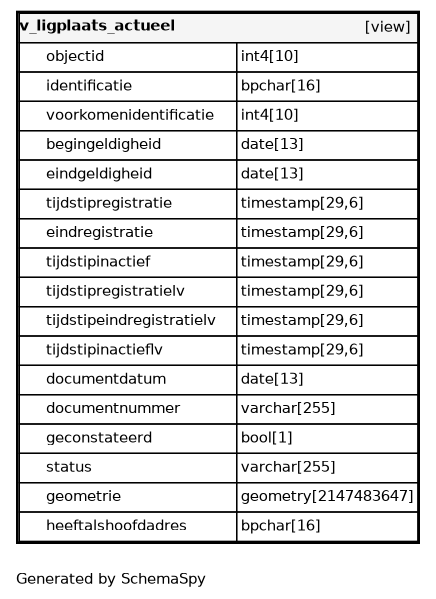
Earlier version of the Graphviz export datamodel/schemaspy/bag/diagrams/tables/v_ligplaats_actueel.1degree.png (B3Partners/brmo). Its source is kept beside it as datamodel/schemaspy/bag/diagrams/tables/v_ligplaats_actueel.1degree.dot. Its diagram source:
```dot
digraph "oneDegreeRelationshipsDiagram" {
  graph [    rankdir="RL"    bgcolor="#ffffff"    label="\nGenerated by SchemaSpy"    labeljust="l"    nodesep="0.18"    ranksep="0.46"    fontname="Helvetica"    fontsize="11"    ration="compress"  ];  node [    fontname="Helvetica"    fontsize="11"    shape="plaintext"  ];  edge [    arrowsize="0.8"  ];
  "v_ligplaats_actueel" [
   label=<
    <TABLE BORDER="2" CELLBORDER="1" CELLSPACING="0" BGCOLOR="#ffffff">
      <TR><TD COLSPAN="4"  BGCOLOR="#f5f5f5"><TABLE BORDER="0" CELLSPACING="0"><TR><TD ALIGN="LEFT" FIXEDSIZE="TRUE" WIDTH="112" HEIGHT="16"><B>v_ligplaats_actueel</B></TD><TD ALIGN="RIGHT">[view]</TD></TR></TABLE></TD></TR>
      <TR><TD PORT="objectid" COLSPAN="2" ALIGN="LEFT"><TABLE BORDER="0" CELLSPACING="0" ALIGN="LEFT"><TR ALIGN="LEFT"><TD ALIGN="LEFT" FIXEDSIZE="TRUE" WIDTH="15" HEIGHT="16"></TD><TD ALIGN="LEFT" FIXEDSIZE="TRUE" WIDTH="142" HEIGHT="16">objectid</TD></TR></TABLE></TD><TD PORT="objectid.type" ALIGN="LEFT">int4[10]</TD></TR>
      <TR><TD PORT="identificatie" COLSPAN="2" ALIGN="LEFT"><TABLE BORDER="0" CELLSPACING="0" ALIGN="LEFT"><TR ALIGN="LEFT"><TD ALIGN="LEFT" FIXEDSIZE="TRUE" WIDTH="15" HEIGHT="16"></TD><TD ALIGN="LEFT" FIXEDSIZE="TRUE" WIDTH="142" HEIGHT="16">identificatie</TD></TR></TABLE></TD><TD PORT="identificatie.type" ALIGN="LEFT">bpchar[16]</TD></TR>
      <TR><TD PORT="voorkomenidentificatie" COLSPAN="2" ALIGN="LEFT"><TABLE BORDER="0" CELLSPACING="0" ALIGN="LEFT"><TR ALIGN="LEFT"><TD ALIGN="LEFT" FIXEDSIZE="TRUE" WIDTH="15" HEIGHT="16"></TD><TD ALIGN="LEFT" FIXEDSIZE="TRUE" WIDTH="142" HEIGHT="16">voorkomenidentificatie</TD></TR></TABLE></TD><TD PORT="voorkomenidentificatie.type" ALIGN="LEFT">int4[10]</TD></TR>
      <TR><TD PORT="begingeldigheid" COLSPAN="2" ALIGN="LEFT"><TABLE BORDER="0" CELLSPACING="0" ALIGN="LEFT"><TR ALIGN="LEFT"><TD ALIGN="LEFT" FIXEDSIZE="TRUE" WIDTH="15" HEIGHT="16"></TD><TD ALIGN="LEFT" FIXEDSIZE="TRUE" WIDTH="142" HEIGHT="16">begingeldigheid</TD></TR></TABLE></TD><TD PORT="begingeldigheid.type" ALIGN="LEFT">date[13]</TD></TR>
      <TR><TD PORT="eindgeldigheid" COLSPAN="2" ALIGN="LEFT"><TABLE BORDER="0" CELLSPACING="0" ALIGN="LEFT"><TR ALIGN="LEFT"><TD ALIGN="LEFT" FIXEDSIZE="TRUE" WIDTH="15" HEIGHT="16"></TD><TD ALIGN="LEFT" FIXEDSIZE="TRUE" WIDTH="142" HEIGHT="16">eindgeldigheid</TD></TR></TABLE></TD><TD PORT="eindgeldigheid.type" ALIGN="LEFT">date[13]</TD></TR>
      <TR><TD PORT="tijdstipregistratie" COLSPAN="2" ALIGN="LEFT"><TABLE BORDER="0" CELLSPACING="0" ALIGN="LEFT"><TR ALIGN="LEFT"><TD ALIGN="LEFT" FIXEDSIZE="TRUE" WIDTH="15" HEIGHT="16"></TD><TD ALIGN="LEFT" FIXEDSIZE="TRUE" WIDTH="142" HEIGHT="16">tijdstipregistratie</TD></TR></TABLE></TD><TD PORT="tijdstipregistratie.type" ALIGN="LEFT">timestamp[29,6]</TD></TR>
      <TR><TD PORT="eindregistratie" COLSPAN="2" ALIGN="LEFT"><TABLE BORDER="0" CELLSPACING="0" ALIGN="LEFT"><TR ALIGN="LEFT"><TD ALIGN="LEFT" FIXEDSIZE="TRUE" WIDTH="15" HEIGHT="16"></TD><TD ALIGN="LEFT" FIXEDSIZE="TRUE" WIDTH="142" HEIGHT="16">eindregistratie</TD></TR></TABLE></TD><TD PORT="eindregistratie.type" ALIGN="LEFT">timestamp[29,6]</TD></TR>
      <TR><TD PORT="tijdstipinactief" COLSPAN="2" ALIGN="LEFT"><TABLE BORDER="0" CELLSPACING="0" ALIGN="LEFT"><TR ALIGN="LEFT"><TD ALIGN="LEFT" FIXEDSIZE="TRUE" WIDTH="15" HEIGHT="16"></TD><TD ALIGN="LEFT" FIXEDSIZE="TRUE" WIDTH="142" HEIGHT="16">tijdstipinactief</TD></TR></TABLE></TD><TD PORT="tijdstipinactief.type" ALIGN="LEFT">timestamp[29,6]</TD></TR>
      <TR><TD PORT="tijdstipregistratielv" COLSPAN="2" ALIGN="LEFT"><TABLE BORDER="0" CELLSPACING="0" ALIGN="LEFT"><TR ALIGN="LEFT"><TD ALIGN="LEFT" FIXEDSIZE="TRUE" WIDTH="15" HEIGHT="16"></TD><TD ALIGN="LEFT" FIXEDSIZE="TRUE" WIDTH="142" HEIGHT="16">tijdstipregistratielv</TD></TR></TABLE></TD><TD PORT="tijdstipregistratielv.type" ALIGN="LEFT">timestamp[29,6]</TD></TR>
      <TR><TD PORT="tijdstipeindregistratielv" COLSPAN="2" ALIGN="LEFT"><TABLE BORDER="0" CELLSPACING="0" ALIGN="LEFT"><TR ALIGN="LEFT"><TD ALIGN="LEFT" FIXEDSIZE="TRUE" WIDTH="15" HEIGHT="16"></TD><TD ALIGN="LEFT" FIXEDSIZE="TRUE" WIDTH="142" HEIGHT="16">tijdstipeindregistratielv</TD></TR></TABLE></TD><TD PORT="tijdstipeindregistratielv.type" ALIGN="LEFT">timestamp[29,6]</TD></TR>
      <TR><TD PORT="tijdstipinactieflv" COLSPAN="2" ALIGN="LEFT"><TABLE BORDER="0" CELLSPACING="0" ALIGN="LEFT"><TR ALIGN="LEFT"><TD ALIGN="LEFT" FIXEDSIZE="TRUE" WIDTH="15" HEIGHT="16"></TD><TD ALIGN="LEFT" FIXEDSIZE="TRUE" WIDTH="142" HEIGHT="16">tijdstipinactieflv</TD></TR></TABLE></TD><TD PORT="tijdstipinactieflv.type" ALIGN="LEFT">timestamp[29,6]</TD></TR>
      <TR><TD PORT="documentdatum" COLSPAN="2" ALIGN="LEFT"><TABLE BORDER="0" CELLSPACING="0" ALIGN="LEFT"><TR ALIGN="LEFT"><TD ALIGN="LEFT" FIXEDSIZE="TRUE" WIDTH="15" HEIGHT="16"></TD><TD ALIGN="LEFT" FIXEDSIZE="TRUE" WIDTH="142" HEIGHT="16">documentdatum</TD></TR></TABLE></TD><TD PORT="documentdatum.type" ALIGN="LEFT">date[13]</TD></TR>
      <TR><TD PORT="documentnummer" COLSPAN="2" ALIGN="LEFT"><TABLE BORDER="0" CELLSPACING="0" ALIGN="LEFT"><TR ALIGN="LEFT"><TD ALIGN="LEFT" FIXEDSIZE="TRUE" WIDTH="15" HEIGHT="16"></TD><TD ALIGN="LEFT" FIXEDSIZE="TRUE" WIDTH="142" HEIGHT="16">documentnummer</TD></TR></TABLE></TD><TD PORT="documentnummer.type" ALIGN="LEFT">varchar[255]</TD></TR>
      <TR><TD PORT="geconstateerd" COLSPAN="2" ALIGN="LEFT"><TABLE BORDER="0" CELLSPACING="0" ALIGN="LEFT"><TR ALIGN="LEFT"><TD ALIGN="LEFT" FIXEDSIZE="TRUE" WIDTH="15" HEIGHT="16"></TD><TD ALIGN="LEFT" FIXEDSIZE="TRUE" WIDTH="142" HEIGHT="16">geconstateerd</TD></TR></TABLE></TD><TD PORT="geconstateerd.type" ALIGN="LEFT">bool[1]</TD></TR>
      <TR><TD PORT="status" COLSPAN="2" ALIGN="LEFT"><TABLE BORDER="0" CELLSPACING="0" ALIGN="LEFT"><TR ALIGN="LEFT"><TD ALIGN="LEFT" FIXEDSIZE="TRUE" WIDTH="15" HEIGHT="16"></TD><TD ALIGN="LEFT" FIXEDSIZE="TRUE" WIDTH="142" HEIGHT="16">status</TD></TR></TABLE></TD><TD PORT="status.type" ALIGN="LEFT">varchar[255]</TD></TR>
      <TR><TD PORT="geometrie" COLSPAN="2" ALIGN="LEFT"><TABLE BORDER="0" CELLSPACING="0" ALIGN="LEFT"><TR ALIGN="LEFT"><TD ALIGN="LEFT" FIXEDSIZE="TRUE" WIDTH="15" HEIGHT="16"></TD><TD ALIGN="LEFT" FIXEDSIZE="TRUE" WIDTH="142" HEIGHT="16">geometrie</TD></TR></TABLE></TD><TD PORT="geometrie.type" ALIGN="LEFT">geometry[2147483647]</TD></TR>
      <TR><TD PORT="heeftalshoofdadres" COLSPAN="2" ALIGN="LEFT"><TABLE BORDER="0" CELLSPACING="0" ALIGN="LEFT"><TR ALIGN="LEFT"><TD ALIGN="LEFT" FIXEDSIZE="TRUE" WIDTH="15" HEIGHT="16"></TD><TD ALIGN="LEFT" FIXEDSIZE="TRUE" WIDTH="142" HEIGHT="16">heeftalshoofdadres</TD></TR></TABLE></TD><TD PORT="heeftalshoofdadres.type" ALIGN="LEFT">bpchar[16]</TD></TR>
    </TABLE>>
    URL="v_ligplaats_actueel.html"
    target="_top"
    tooltip="v_ligplaats_actueel"
  ];
}
```
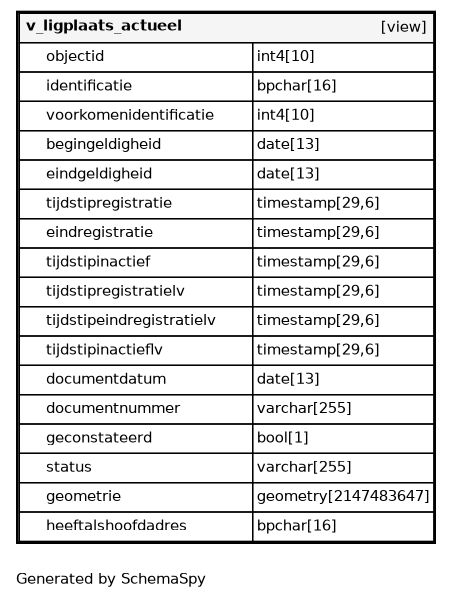
Above is the later version.

What changed in the source:
```diff
@@ -1,26 +1,26 @@
 digraph "oneDegreeRelationshipsDiagram" {
-  graph [    rankdir="RL"    bgcolor="#ffffff"    label="\nGenerated by SchemaSpy"    labeljust="l"    nodesep="0.18"    ranksep="0.46"    fontname="Helvetica"    fontsize="11"    ration="compress"  ];  node [    fontname="Helvetica"    fontsize="11"    shape="plaintext"  ];  edge [    arrowsize="0.8"  ];
+  graph [    rankdir="RL"    bgcolor="#ffffff"    label="\nGenerated by SchemaSpy"    labeljust="l"    nodesep="0.18"    ranksep="0.46"    fontname="Helvetica"    fontsize="11"    packmode="graph"  ];  node [    fontname="Helvetica"    fontsize="11"    shape="plaintext"  ];  edge [    arrowsize="0.8"  ];
   "v_ligplaats_actueel" [
    label=<
     <TABLE BORDER="2" CELLBORDER="1" CELLSPACING="0" BGCOLOR="#ffffff">
-      <TR><TD COLSPAN="4"  BGCOLOR="#f5f5f5"><TABLE BORDER="0" CELLSPACING="0"><TR><TD ALIGN="LEFT" FIXEDSIZE="TRUE" WIDTH="112" HEIGHT="16"><B>v_ligplaats_actueel</B></TD><TD ALIGN="RIGHT">[view]</TD></TR></TABLE></TD></TR>
-      <TR><TD PORT="objectid" COLSPAN="2" ALIGN="LEFT"><TABLE BORDER="0" CELLSPACING="0" ALIGN="LEFT"><TR ALIGN="LEFT"><TD ALIGN="LEFT" FIXEDSIZE="TRUE" WIDTH="15" HEIGHT="16"></TD><TD ALIGN="LEFT" FIXEDSIZE="TRUE" WIDTH="142" HEIGHT="16">objectid</TD></TR></TABLE></TD><TD PORT="objectid.type" ALIGN="LEFT">int4[10]</TD></TR>
-      <TR><TD PORT="identificatie" COLSPAN="2" ALIGN="LEFT"><TABLE BORDER="0" CELLSPACING="0" ALIGN="LEFT"><TR ALIGN="LEFT"><TD ALIGN="LEFT" FIXEDSIZE="TRUE" WIDTH="15" HEIGHT="16"></TD><TD ALIGN="LEFT" FIXEDSIZE="TRUE" WIDTH="142" HEIGHT="16">identificatie</TD></TR></TABLE></TD><TD PORT="identificatie.type" ALIGN="LEFT">bpchar[16]</TD></TR>
-      <TR><TD PORT="voorkomenidentificatie" COLSPAN="2" ALIGN="LEFT"><TABLE BORDER="0" CELLSPACING="0" ALIGN="LEFT"><TR ALIGN="LEFT"><TD ALIGN="LEFT" FIXEDSIZE="TRUE" WIDTH="15" HEIGHT="16"></TD><TD ALIGN="LEFT" FIXEDSIZE="TRUE" WIDTH="142" HEIGHT="16">voorkomenidentificatie</TD></TR></TABLE></TD><TD PORT="voorkomenidentificatie.type" ALIGN="LEFT">int4[10]</TD></TR>
-      <TR><TD PORT="begingeldigheid" COLSPAN="2" ALIGN="LEFT"><TABLE BORDER="0" CELLSPACING="0" ALIGN="LEFT"><TR ALIGN="LEFT"><TD ALIGN="LEFT" FIXEDSIZE="TRUE" WIDTH="15" HEIGHT="16"></TD><TD ALIGN="LEFT" FIXEDSIZE="TRUE" WIDTH="142" HEIGHT="16">begingeldigheid</TD></TR></TABLE></TD><TD PORT="begingeldigheid.type" ALIGN="LEFT">date[13]</TD></TR>
-      <TR><TD PORT="eindgeldigheid" COLSPAN="2" ALIGN="LEFT"><TABLE BORDER="0" CELLSPACING="0" ALIGN="LEFT"><TR ALIGN="LEFT"><TD ALIGN="LEFT" FIXEDSIZE="TRUE" WIDTH="15" HEIGHT="16"></TD><TD ALIGN="LEFT" FIXEDSIZE="TRUE" WIDTH="142" HEIGHT="16">eindgeldigheid</TD></TR></TABLE></TD><TD PORT="eindgeldigheid.type" ALIGN="LEFT">date[13]</TD></TR>
-      <TR><TD PORT="tijdstipregistratie" COLSPAN="2" ALIGN="LEFT"><TABLE BORDER="0" CELLSPACING="0" ALIGN="LEFT"><TR ALIGN="LEFT"><TD ALIGN="LEFT" FIXEDSIZE="TRUE" WIDTH="15" HEIGHT="16"></TD><TD ALIGN="LEFT" FIXEDSIZE="TRUE" WIDTH="142" HEIGHT="16">tijdstipregistratie</TD></TR></TABLE></TD><TD PORT="tijdstipregistratie.type" ALIGN="LEFT">timestamp[29,6]</TD></TR>
-      <TR><TD PORT="eindregistratie" COLSPAN="2" ALIGN="LEFT"><TABLE BORDER="0" CELLSPACING="0" ALIGN="LEFT"><TR ALIGN="LEFT"><TD ALIGN="LEFT" FIXEDSIZE="TRUE" WIDTH="15" HEIGHT="16"></TD><TD ALIGN="LEFT" FIXEDSIZE="TRUE" WIDTH="142" HEIGHT="16">eindregistratie</TD></TR></TABLE></TD><TD PORT="eindregistratie.type" ALIGN="LEFT">timestamp[29,6]</TD></TR>
-      <TR><TD PORT="tijdstipinactief" COLSPAN="2" ALIGN="LEFT"><TABLE BORDER="0" CELLSPACING="0" ALIGN="LEFT"><TR ALIGN="LEFT"><TD ALIGN="LEFT" FIXEDSIZE="TRUE" WIDTH="15" HEIGHT="16"></TD><TD ALIGN="LEFT" FIXEDSIZE="TRUE" WIDTH="142" HEIGHT="16">tijdstipinactief</TD></TR></TABLE></TD><TD PORT="tijdstipinactief.type" ALIGN="LEFT">timestamp[29,6]</TD></TR>
-      <TR><TD PORT="tijdstipregistratielv" COLSPAN="2" ALIGN="LEFT"><TABLE BORDER="0" CELLSPACING="0" ALIGN="LEFT"><TR ALIGN="LEFT"><TD ALIGN="LEFT" FIXEDSIZE="TRUE" WIDTH="15" HEIGHT="16"></TD><TD ALIGN="LEFT" FIXEDSIZE="TRUE" WIDTH="142" HEIGHT="16">tijdstipregistratielv</TD></TR></TABLE></TD><TD PORT="tijdstipregistratielv.type" ALIGN="LEFT">timestamp[29,6]</TD></TR>
-      <TR><TD PORT="tijdstipeindregistratielv" COLSPAN="2" ALIGN="LEFT"><TABLE BORDER="0" CELLSPACING="0" ALIGN="LEFT"><TR ALIGN="LEFT"><TD ALIGN="LEFT" FIXEDSIZE="TRUE" WIDTH="15" HEIGHT="16"></TD><TD ALIGN="LEFT" FIXEDSIZE="TRUE" WIDTH="142" HEIGHT="16">tijdstipeindregistratielv</TD></TR></TABLE></TD><TD PORT="tijdstipeindregistratielv.type" ALIGN="LEFT">timestamp[29,6]</TD></TR>
-      <TR><TD PORT="tijdstipinactieflv" COLSPAN="2" ALIGN="LEFT"><TABLE BORDER="0" CELLSPACING="0" ALIGN="LEFT"><TR ALIGN="LEFT"><TD ALIGN="LEFT" FIXEDSIZE="TRUE" WIDTH="15" HEIGHT="16"></TD><TD ALIGN="LEFT" FIXEDSIZE="TRUE" WIDTH="142" HEIGHT="16">tijdstipinactieflv</TD></TR></TABLE></TD><TD PORT="tijdstipinactieflv.type" ALIGN="LEFT">timestamp[29,6]</TD></TR>
-      <TR><TD PORT="documentdatum" COLSPAN="2" ALIGN="LEFT"><TABLE BORDER="0" CELLSPACING="0" ALIGN="LEFT"><TR ALIGN="LEFT"><TD ALIGN="LEFT" FIXEDSIZE="TRUE" WIDTH="15" HEIGHT="16"></TD><TD ALIGN="LEFT" FIXEDSIZE="TRUE" WIDTH="142" HEIGHT="16">documentdatum</TD></TR></TABLE></TD><TD PORT="documentdatum.type" ALIGN="LEFT">date[13]</TD></TR>
-      <TR><TD PORT="documentnummer" COLSPAN="2" ALIGN="LEFT"><TABLE BORDER="0" CELLSPACING="0" ALIGN="LEFT"><TR ALIGN="LEFT"><TD ALIGN="LEFT" FIXEDSIZE="TRUE" WIDTH="15" HEIGHT="16"></TD><TD ALIGN="LEFT" FIXEDSIZE="TRUE" WIDTH="142" HEIGHT="16">documentnummer</TD></TR></TABLE></TD><TD PORT="documentnummer.type" ALIGN="LEFT">varchar[255]</TD></TR>
-      <TR><TD PORT="geconstateerd" COLSPAN="2" ALIGN="LEFT"><TABLE BORDER="0" CELLSPACING="0" ALIGN="LEFT"><TR ALIGN="LEFT"><TD ALIGN="LEFT" FIXEDSIZE="TRUE" WIDTH="15" HEIGHT="16"></TD><TD ALIGN="LEFT" FIXEDSIZE="TRUE" WIDTH="142" HEIGHT="16">geconstateerd</TD></TR></TABLE></TD><TD PORT="geconstateerd.type" ALIGN="LEFT">bool[1]</TD></TR>
-      <TR><TD PORT="status" COLSPAN="2" ALIGN="LEFT"><TABLE BORDER="0" CELLSPACING="0" ALIGN="LEFT"><TR ALIGN="LEFT"><TD ALIGN="LEFT" FIXEDSIZE="TRUE" WIDTH="15" HEIGHT="16"></TD><TD ALIGN="LEFT" FIXEDSIZE="TRUE" WIDTH="142" HEIGHT="16">status</TD></TR></TABLE></TD><TD PORT="status.type" ALIGN="LEFT">varchar[255]</TD></TR>
-      <TR><TD PORT="geometrie" COLSPAN="2" ALIGN="LEFT"><TABLE BORDER="0" CELLSPACING="0" ALIGN="LEFT"><TR ALIGN="LEFT"><TD ALIGN="LEFT" FIXEDSIZE="TRUE" WIDTH="15" HEIGHT="16"></TD><TD ALIGN="LEFT" FIXEDSIZE="TRUE" WIDTH="142" HEIGHT="16">geometrie</TD></TR></TABLE></TD><TD PORT="geometrie.type" ALIGN="LEFT">geometry[2147483647]</TD></TR>
-      <TR><TD PORT="heeftalshoofdadres" COLSPAN="2" ALIGN="LEFT"><TABLE BORDER="0" CELLSPACING="0" ALIGN="LEFT"><TR ALIGN="LEFT"><TD ALIGN="LEFT" FIXEDSIZE="TRUE" WIDTH="15" HEIGHT="16"></TD><TD ALIGN="LEFT" FIXEDSIZE="TRUE" WIDTH="142" HEIGHT="16">heeftalshoofdadres</TD></TR></TABLE></TD><TD PORT="heeftalshoofdadres.type" ALIGN="LEFT">bpchar[16]</TD></TR>
+      <TR><TD COLSPAN="4"  BGCOLOR="#f5f5f5"><TABLE BORDER="0" CELLSPACING="0"><TR><TD ALIGN="LEFT" FIXEDSIZE="TRUE" WIDTH="122" HEIGHT="16"><B>v_ligplaats_actueel</B></TD><TD ALIGN="RIGHT">[view]</TD></TR></TABLE></TD></TR>
+      <TR><TD PORT="objectid" COLSPAN="2" ALIGN="LEFT"><TABLE BORDER="0" CELLSPACING="0" ALIGN="LEFT"><TR ALIGN="LEFT"><TD ALIGN="LEFT" FIXEDSIZE="TRUE" WIDTH="15" HEIGHT="16"></TD><TD ALIGN="LEFT" FIXEDSIZE="TRUE" WIDTH="154" HEIGHT="16">objectid</TD></TR></TABLE></TD><TD PORT="objectid.type" ALIGN="LEFT">int4[10]</TD></TR>
+      <TR><TD PORT="identificatie" COLSPAN="2" ALIGN="LEFT"><TABLE BORDER="0" CELLSPACING="0" ALIGN="LEFT"><TR ALIGN="LEFT"><TD ALIGN="LEFT" FIXEDSIZE="TRUE" WIDTH="15" HEIGHT="16"></TD><TD ALIGN="LEFT" FIXEDSIZE="TRUE" WIDTH="154" HEIGHT="16">identificatie</TD></TR></TABLE></TD><TD PORT="identificatie.type" ALIGN="LEFT">bpchar[16]</TD></TR>
+      <TR><TD PORT="voorkomenidentificatie" COLSPAN="2" ALIGN="LEFT"><TABLE BORDER="0" CELLSPACING="0" ALIGN="LEFT"><TR ALIGN="LEFT"><TD ALIGN="LEFT" FIXEDSIZE="TRUE" WIDTH="15" HEIGHT="16"></TD><TD ALIGN="LEFT" FIXEDSIZE="TRUE" WIDTH="154" HEIGHT="16">voorkomenidentificatie</TD></TR></TABLE></TD><TD PORT="voorkomenidentificatie.type" ALIGN="LEFT">int4[10]</TD></TR>
+      <TR><TD PORT="begingeldigheid" COLSPAN="2" ALIGN="LEFT"><TABLE BORDER="0" CELLSPACING="0" ALIGN="LEFT"><TR ALIGN="LEFT"><TD ALIGN="LEFT" FIXEDSIZE="TRUE" WIDTH="15" HEIGHT="16"></TD><TD ALIGN="LEFT" FIXEDSIZE="TRUE" WIDTH="154" HEIGHT="16">begingeldigheid</TD></TR></TABLE></TD><TD PORT="begingeldigheid.type" ALIGN="LEFT">date[13]</TD></TR>
+      <TR><TD PORT="eindgeldigheid" COLSPAN="2" ALIGN="LEFT"><TABLE BORDER="0" CELLSPACING="0" ALIGN="LEFT"><TR ALIGN="LEFT"><TD ALIGN="LEFT" FIXEDSIZE="TRUE" WIDTH="15" HEIGHT="16"></TD><TD ALIGN="LEFT" FIXEDSIZE="TRUE" WIDTH="154" HEIGHT="16">eindgeldigheid</TD></TR></TABLE></TD><TD PORT="eindgeldigheid.type" ALIGN="LEFT">date[13]</TD></TR>
+      <TR><TD PORT="tijdstipregistratie" COLSPAN="2" ALIGN="LEFT"><TABLE BORDER="0" CELLSPACING="0" ALIGN="LEFT"><TR ALIGN="LEFT"><TD ALIGN="LEFT" FIXEDSIZE="TRUE" WIDTH="15" HEIGHT="16"></TD><TD ALIGN="LEFT" FIXEDSIZE="TRUE" WIDTH="154" HEIGHT="16">tijdstipregistratie</TD></TR></TABLE></TD><TD PORT="tijdstipregistratie.type" ALIGN="LEFT">timestamp[29,6]</TD></TR>
+      <TR><TD PORT="eindregistratie" COLSPAN="2" ALIGN="LEFT"><TABLE BORDER="0" CELLSPACING="0" ALIGN="LEFT"><TR ALIGN="LEFT"><TD ALIGN="LEFT" FIXEDSIZE="TRUE" WIDTH="15" HEIGHT="16"></TD><TD ALIGN="LEFT" FIXEDSIZE="TRUE" WIDTH="154" HEIGHT="16">eindregistratie</TD></TR></TABLE></TD><TD PORT="eindregistratie.type" ALIGN="LEFT">timestamp[29,6]</TD></TR>
+      <TR><TD PORT="tijdstipinactief" COLSPAN="2" ALIGN="LEFT"><TABLE BORDER="0" CELLSPACING="0" ALIGN="LEFT"><TR ALIGN="LEFT"><TD ALIGN="LEFT" FIXEDSIZE="TRUE" WIDTH="15" HEIGHT="16"></TD><TD ALIGN="LEFT" FIXEDSIZE="TRUE" WIDTH="154" HEIGHT="16">tijdstipinactief</TD></TR></TABLE></TD><TD PORT="tijdstipinactief.type" ALIGN="LEFT">timestamp[29,6]</TD></TR>
+      <TR><TD PORT="tijdstipregistratielv" COLSPAN="2" ALIGN="LEFT"><TABLE BORDER="0" CELLSPACING="0" ALIGN="LEFT"><TR ALIGN="LEFT"><TD ALIGN="LEFT" FIXEDSIZE="TRUE" WIDTH="15" HEIGHT="16"></TD><TD ALIGN="LEFT" FIXEDSIZE="TRUE" WIDTH="154" HEIGHT="16">tijdstipregistratielv</TD></TR></TABLE></TD><TD PORT="tijdstipregistratielv.type" ALIGN="LEFT">timestamp[29,6]</TD></TR>
+      <TR><TD PORT="tijdstipeindregistratielv" COLSPAN="2" ALIGN="LEFT"><TABLE BORDER="0" CELLSPACING="0" ALIGN="LEFT"><TR ALIGN="LEFT"><TD ALIGN="LEFT" FIXEDSIZE="TRUE" WIDTH="15" HEIGHT="16"></TD><TD ALIGN="LEFT" FIXEDSIZE="TRUE" WIDTH="154" HEIGHT="16">tijdstipeindregistratielv</TD></TR></TABLE></TD><TD PORT="tijdstipeindregistratielv.type" ALIGN="LEFT">timestamp[29,6]</TD></TR>
+      <TR><TD PORT="tijdstipinactieflv" COLSPAN="2" ALIGN="LEFT"><TABLE BORDER="0" CELLSPACING="0" ALIGN="LEFT"><TR ALIGN="LEFT"><TD ALIGN="LEFT" FIXEDSIZE="TRUE" WIDTH="15" HEIGHT="16"></TD><TD ALIGN="LEFT" FIXEDSIZE="TRUE" WIDTH="154" HEIGHT="16">tijdstipinactieflv</TD></TR></TABLE></TD><TD PORT="tijdstipinactieflv.type" ALIGN="LEFT">timestamp[29,6]</TD></TR>
+      <TR><TD PORT="documentdatum" COLSPAN="2" ALIGN="LEFT"><TABLE BORDER="0" CELLSPACING="0" ALIGN="LEFT"><TR ALIGN="LEFT"><TD ALIGN="LEFT" FIXEDSIZE="TRUE" WIDTH="15" HEIGHT="16"></TD><TD ALIGN="LEFT" FIXEDSIZE="TRUE" WIDTH="154" HEIGHT="16">documentdatum</TD></TR></TABLE></TD><TD PORT="documentdatum.type" ALIGN="LEFT">date[13]</TD></TR>
+      <TR><TD PORT="documentnummer" COLSPAN="2" ALIGN="LEFT"><TABLE BORDER="0" CELLSPACING="0" ALIGN="LEFT"><TR ALIGN="LEFT"><TD ALIGN="LEFT" FIXEDSIZE="TRUE" WIDTH="15" HEIGHT="16"></TD><TD ALIGN="LEFT" FIXEDSIZE="TRUE" WIDTH="154" HEIGHT="16">documentnummer</TD></TR></TABLE></TD><TD PORT="documentnummer.type" ALIGN="LEFT">varchar[255]</TD></TR>
+      <TR><TD PORT="geconstateerd" COLSPAN="2" ALIGN="LEFT"><TABLE BORDER="0" CELLSPACING="0" ALIGN="LEFT"><TR ALIGN="LEFT"><TD ALIGN="LEFT" FIXEDSIZE="TRUE" WIDTH="15" HEIGHT="16"></TD><TD ALIGN="LEFT" FIXEDSIZE="TRUE" WIDTH="154" HEIGHT="16">geconstateerd</TD></TR></TABLE></TD><TD PORT="geconstateerd.type" ALIGN="LEFT">bool[1]</TD></TR>
+      <TR><TD PORT="status" COLSPAN="2" ALIGN="LEFT"><TABLE BORDER="0" CELLSPACING="0" ALIGN="LEFT"><TR ALIGN="LEFT"><TD ALIGN="LEFT" FIXEDSIZE="TRUE" WIDTH="15" HEIGHT="16"></TD><TD ALIGN="LEFT" FIXEDSIZE="TRUE" WIDTH="154" HEIGHT="16">status</TD></TR></TABLE></TD><TD PORT="status.type" ALIGN="LEFT">varchar[255]</TD></TR>
+      <TR><TD PORT="geometrie" COLSPAN="2" ALIGN="LEFT"><TABLE BORDER="0" CELLSPACING="0" ALIGN="LEFT"><TR ALIGN="LEFT"><TD ALIGN="LEFT" FIXEDSIZE="TRUE" WIDTH="15" HEIGHT="16"></TD><TD ALIGN="LEFT" FIXEDSIZE="TRUE" WIDTH="154" HEIGHT="16">geometrie</TD></TR></TABLE></TD><TD PORT="geometrie.type" ALIGN="LEFT">geometry[2147483647]</TD></TR>
+      <TR><TD PORT="heeftalshoofdadres" COLSPAN="2" ALIGN="LEFT"><TABLE BORDER="0" CELLSPACING="0" ALIGN="LEFT"><TR ALIGN="LEFT"><TD ALIGN="LEFT" FIXEDSIZE="TRUE" WIDTH="15" HEIGHT="16"></TD><TD ALIGN="LEFT" FIXEDSIZE="TRUE" WIDTH="154" HEIGHT="16">heeftalshoofdadres</TD></TR></TABLE></TD><TD PORT="heeftalshoofdadres.type" ALIGN="LEFT">bpchar[16]</TD></TR>
     </TABLE>>
     URL="v_ligplaats_actueel.html"
     target="_top"
```
